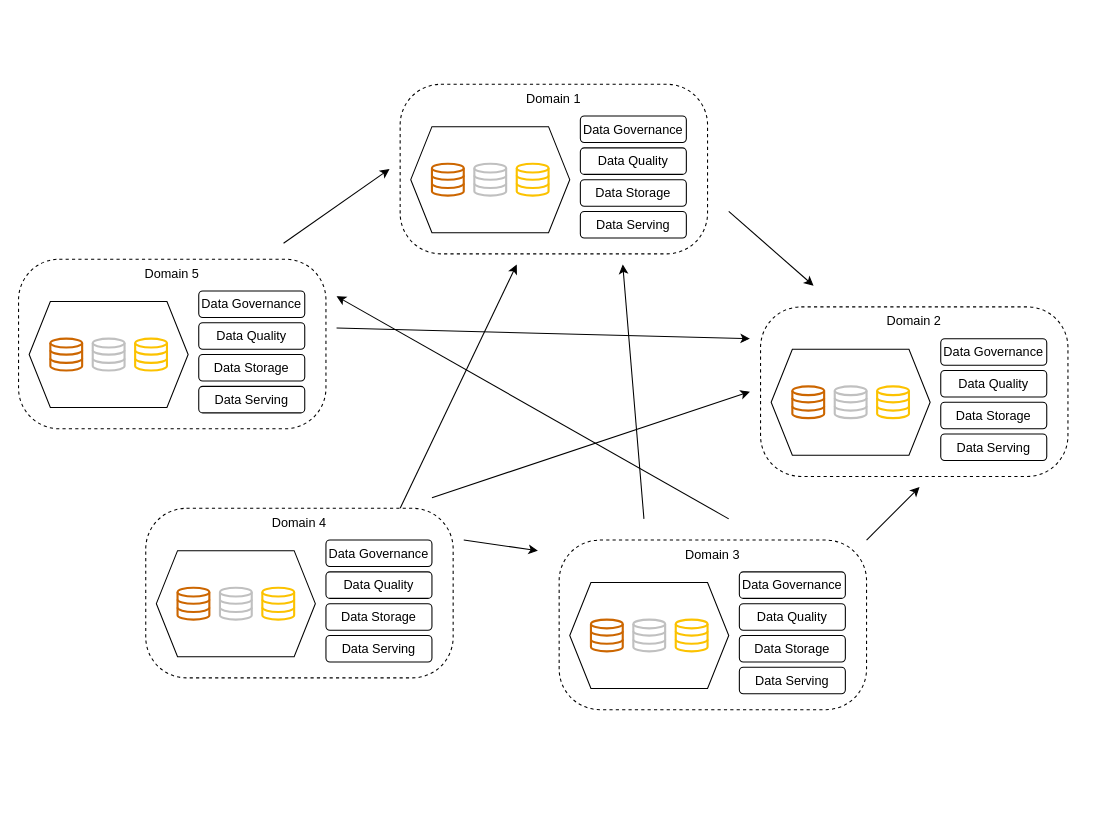
Above: page "Domains" (3 of 3) of Databricks.drawio in juliandicker/drawio (draw.io), before the change. Source tidied: cells renumbered, new cells numbered last; positions are measured from the earlier drawing's top-left corner, leaving out a move shared by most shapes. Both pictures are drawn from the tidied source at 106%, with x=0, y=0 at pixel (18, 84). Pictures stored in the file or linked from it are replaced by grey dashed boxes.
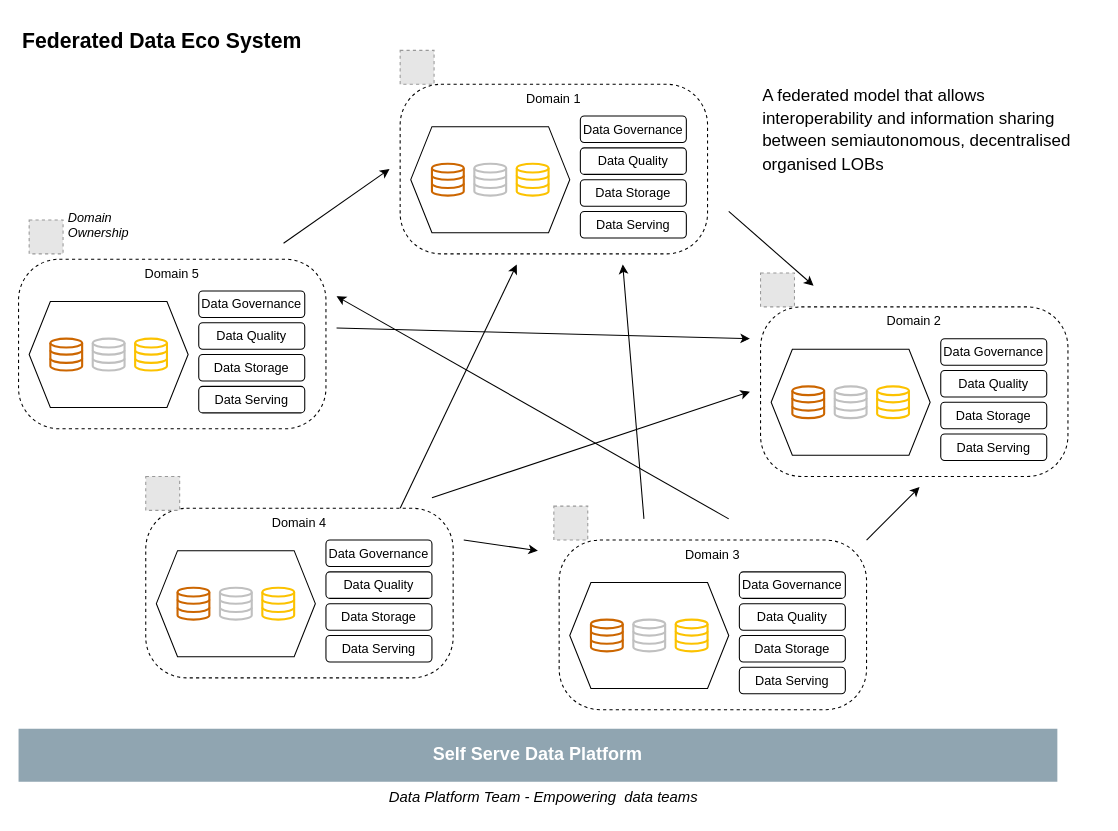
The same diagram, later.

Change to the diagram source:
```diff
@@
+    <mxCell id="56" style="fillColor=#E6E6E6;strokeColor=#999999;dashed=1;html=1;verticalAlign=top;verticalLabelPosition=bottom;labelBackgroundColor=#ffffff;" parent="1" vertex="1">
+      <mxGeometry x="10" y="128" width="32" height="32" as="geometry" />
+    </mxCell>
+    <mxCell id="57" style="fillColor=#E6E6E6;strokeColor=#999999;dashed=1;html=1;verticalAlign=top;verticalLabelPosition=bottom;labelBackgroundColor=#ffffff;" parent="1" vertex="1">
+      <mxGeometry x="120" y="370" width="32" height="32" as="geometry" />
+    </mxCell>
+    <mxCell id="58" style="fillColor=#E6E6E6;strokeColor=#999999;dashed=1;html=1;verticalAlign=top;verticalLabelPosition=bottom;labelBackgroundColor=#ffffff;" parent="1" vertex="1">
+      <mxGeometry x="360" y="-32" width="32" height="32" as="geometry" />
+    </mxCell>
+    <mxCell id="59" style="fillColor=#E6E6E6;strokeColor=#999999;dashed=1;html=1;verticalAlign=top;verticalLabelPosition=bottom;labelBackgroundColor=#ffffff;" parent="1" vertex="1">
+      <mxGeometry x="700" y="178" width="32" height="32" as="geometry" />
+    </mxCell>
+    <mxCell id="60" style="fillColor=#E6E6E6;strokeColor=#999999;dashed=1;html=1;verticalAlign=top;verticalLabelPosition=bottom;labelBackgroundColor=#ffffff;" parent="1" vertex="1">
+      <mxGeometry x="505" y="398" width="32" height="32" as="geometry" />
+    </mxCell>
+    <mxCell id="61" value="Self Serve Data Platform" style="rounded=0;whiteSpace=wrap;html=1;fillColor=#90A5B1;fontColor=#FFFFFF;fontStyle=1;fontSize=17;strokeColor=none;" parent="1" vertex="1">
+      <mxGeometry y="608" width="980" height="50" as="geometry" />
+    </mxCell>
+    <mxCell id="62" value="Domain&lt;br&gt;&lt;div style=&quot;&quot;&gt;&lt;span style=&quot;background-color: transparent; color: light-dark(rgb(0, 0, 0), rgb(255, 255, 255));&quot;&gt;Ownership&lt;/span&gt;&lt;/div&gt;" style="text;html=1;align=left;verticalAlign=middle;strokeColor=none;fillColor=none;fontStyle=2;" parent="1" vertex="1">
+      <mxGeometry x="45" y="112.5" width="80" height="40" as="geometry" />
+    </mxCell>
+    <mxCell id="63" value="Federated Data Eco System" style="text;html=1;align=center;verticalAlign=middle;strokeColor=none;fillColor=none;fontStyle=1;fontSize=20;" parent="1" vertex="1">
+      <mxGeometry y="-62" width="270" height="40" as="geometry" />
+    </mxCell>
+    <mxCell id="64" value="Data Platform Team - Empowering&amp;nbsp; data teams" style="text;html=1;align=center;verticalAlign=middle;strokeColor=none;fillColor=none;fontSize=14;fontStyle=2;" parent="1" vertex="1">
+      <mxGeometry x="340" y="658" width="310" height="30" as="geometry" />
+    </mxCell>
+    <mxCell id="65" value="&lt;h1 style=&quot;margin-top: 0px;&quot;&gt;&lt;span style=&quot;line-height: 50%; font-weight: normal;&quot;&gt;&lt;font style=&quot;font-size: 16px;&quot;&gt;A federated model that allows interoperability and information sharing between semiautonomous, decentralised organised LOBs&lt;/font&gt;&lt;/span&gt;&lt;/h1&gt;" style="text;html=1;whiteSpace=wrap;overflow=hidden;rounded=0;fontStyle=0;fontSize=9;align=left;" parent="1" vertex="1">
+      <mxGeometry x="700" y="-7.5" width="320" height="120" as="geometry" />
+    </mxCell>
```
